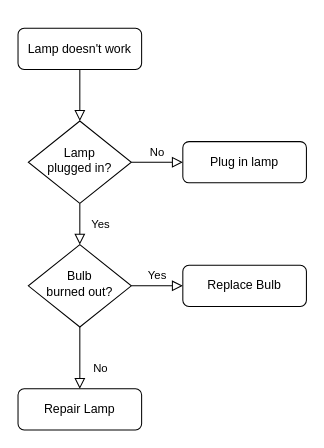
somlom/E-Com-Shop keeps this draw.io diagram as docs/Unbenanntes Diagramm.drawio. Above is the earlier version. Source tidied: cells renumbered, new cells numbered last; positions are measured from the earlier drawing's top-left corner, leaving out a move shared by most shapes. Both pictures are drawn from the tidied source at 103%, with x=0, y=0 at pixel (18, 28).
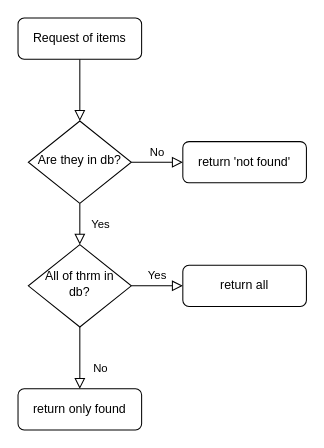
The same page after the edit.

Diff of the diagram source:
```diff
@@
 <mxGraphModel>
   <root>
     <mxCell id="0" />
     <mxCell id="1" parent="0" />
     <mxCell id="2" style="rounded=0;html=1;jettySize=auto;fontSize=11;endArrow=block;endFill=0;endSize=8;strokeWidth=1;shadow=0;labelBackgroundColor=none;edgeStyle=orthogonalEdgeStyle;" parent="1" edge="1" source="3" target="6">
       <mxGeometry relative="1" as="geometry" />
     </mxCell>
-    <mxCell id="3" value="Lamp doesn't work" style="rounded=1;whiteSpace=wrap;html=1;fontSize=12;glass=0;strokeWidth=1;shadow=0;" parent="1" vertex="1">
-      <mxGeometry width="120" height="40" as="geometry" />
+    <mxCell id="3" value="Request of items" style="rounded=1;whiteSpace=wrap;html=1;fontSize=12;glass=0;strokeWidth=1;shadow=0;" parent="1" vertex="1">
+      <mxGeometry y="-10" width="120" height="40" as="geometry" />
     </mxCell>
     <mxCell id="4" value="Yes" style="rounded=0;html=1;jettySize=auto;fontSize=11;endArrow=block;endFill=0;endSize=8;strokeWidth=1;shadow=0;labelBackgroundColor=none;edgeStyle=orthogonalEdgeStyle;" parent="1" edge="1" source="6" target="10">
       <mxGeometry y="20" relative="1" as="geometry" />
     </mxCell>
     <mxCell id="5" value="No" style="edgeStyle=orthogonalEdgeStyle;rounded=0;html=1;jettySize=auto;fontSize=11;endArrow=block;endFill=0;endSize=8;strokeWidth=1;shadow=0;labelBackgroundColor=none;" parent="1" edge="1" source="6" target="7">
       <mxGeometry y="10" relative="1" as="geometry" />
     </mxCell>
-    <mxCell id="6" value="Lamp&lt;br&gt;plugged in?" style="rhombus;whiteSpace=wrap;html=1;shadow=0;fontFamily=Helvetica;fontSize=12;align=center;strokeWidth=1;spacing=6;spacingTop=-4;" parent="1" vertex="1">
+    <mxCell id="6" value="Are they in db?" style="rhombus;whiteSpace=wrap;html=1;shadow=0;fontFamily=Helvetica;fontSize=12;align=center;strokeWidth=1;spacing=6;spacingTop=-4;" parent="1" vertex="1">
       <mxGeometry x="10" y="90" width="100" height="80" as="geometry" />
     </mxCell>
-    <mxCell id="7" value="Plug in lamp" style="rounded=1;whiteSpace=wrap;html=1;fontSize=12;glass=0;strokeWidth=1;shadow=0;" parent="1" vertex="1">
+    <mxCell id="7" value="return 'not found'" style="rounded=1;whiteSpace=wrap;html=1;fontSize=12;glass=0;strokeWidth=1;shadow=0;" parent="1" vertex="1">
       <mxGeometry x="160" y="110" width="120" height="40" as="geometry" />
     </mxCell>
     <mxCell id="8" value="No" style="rounded=0;html=1;jettySize=auto;fontSize=11;endArrow=block;endFill=0;endSize=8;strokeWidth=1;shadow=0;labelBackgroundColor=none;edgeStyle=orthogonalEdgeStyle;" parent="1" edge="1" source="10" target="11">
       <mxGeometry x="0.33" y="20" relative="1" as="geometry" />
     </mxCell>
     <mxCell id="9" value="Yes" style="edgeStyle=orthogonalEdgeStyle;rounded=0;html=1;jettySize=auto;fontSize=11;endArrow=block;endFill=0;endSize=8;strokeWidth=1;shadow=0;labelBackgroundColor=none;" parent="1" edge="1" source="10" target="12">
       <mxGeometry y="10" relative="1" as="geometry" />
     </mxCell>
-    <mxCell id="10" value="Bulb&lt;br&gt;burned out?" style="rhombus;whiteSpace=wrap;html=1;shadow=0;fontFamily=Helvetica;fontSize=12;align=center;strokeWidth=1;spacing=6;spacingTop=-4;" parent="1" vertex="1">
+    <mxCell id="10" value="All of thrm in db?" style="rhombus;whiteSpace=wrap;html=1;shadow=0;fontFamily=Helvetica;fontSize=12;align=center;strokeWidth=1;spacing=6;spacingTop=-4;" parent="1" vertex="1">
       <mxGeometry x="10" y="210" width="100" height="80" as="geometry" />
     </mxCell>
-    <mxCell id="11" value="Repair Lamp" style="rounded=1;whiteSpace=wrap;html=1;fontSize=12;glass=0;strokeWidth=1;shadow=0;" parent="1" vertex="1">
+    <mxCell id="11" value="return only found" style="rounded=1;whiteSpace=wrap;html=1;fontSize=12;glass=0;strokeWidth=1;shadow=0;" parent="1" vertex="1">
       <mxGeometry y="350" width="120" height="40" as="geometry" />
     </mxCell>
-    <mxCell id="12" value="Replace Bulb" style="rounded=1;whiteSpace=wrap;html=1;fontSize=12;glass=0;strokeWidth=1;shadow=0;" parent="1" vertex="1">
+    <mxCell id="12" value="return all" style="rounded=1;whiteSpace=wrap;html=1;fontSize=12;glass=0;strokeWidth=1;shadow=0;" parent="1" vertex="1">
       <mxGeometry x="160" y="230" width="120" height="40" as="geometry" />
     </mxCell>
   </root>
 </mxGraphModel>
```
